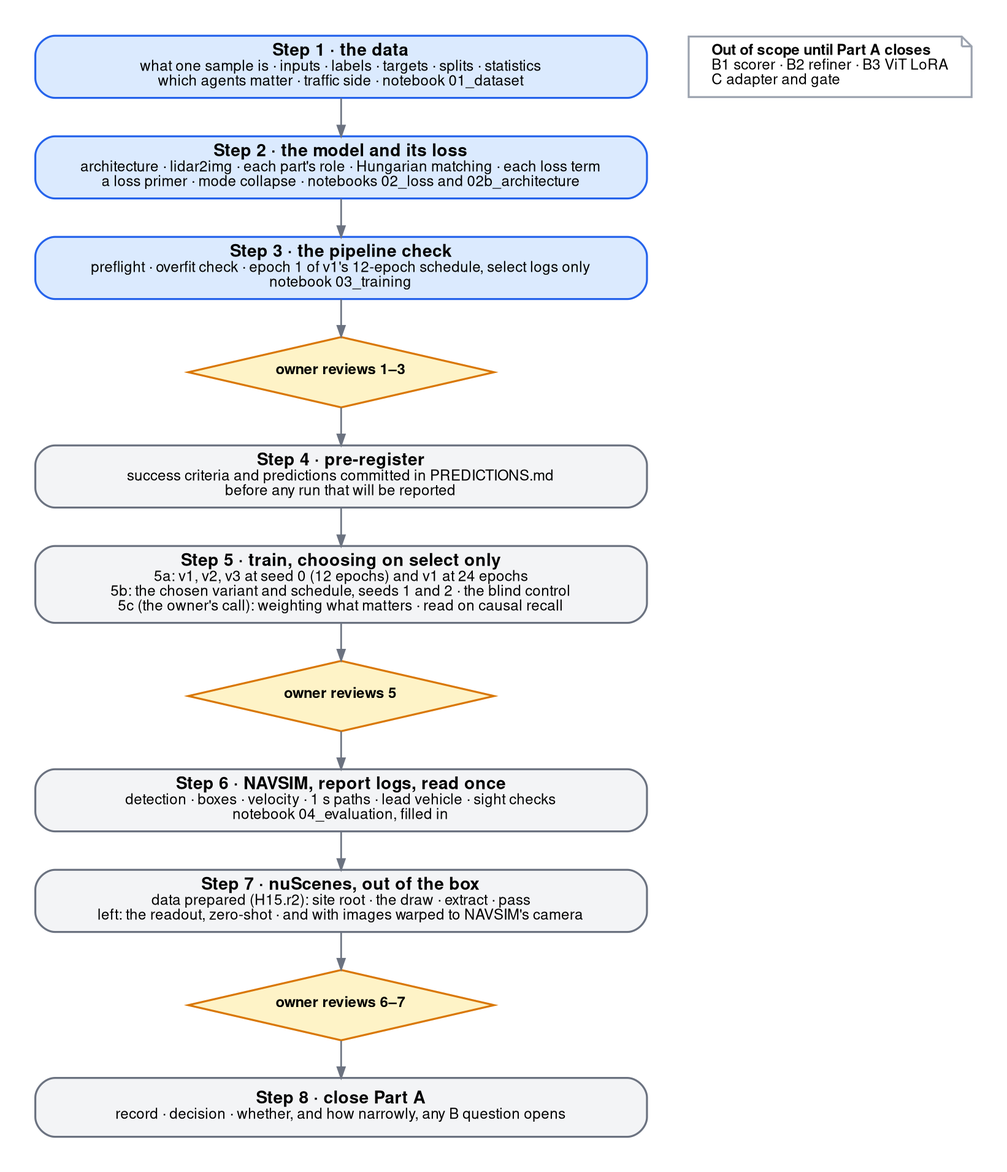
The Graphviz diagram experiments/H15_perception_sidecar/figures/part-a-steps.png in FastCodeAI/Gallops, before a commit. Its source is kept beside it as experiments/H15_perception_sidecar/figures/part-a-steps.dot.
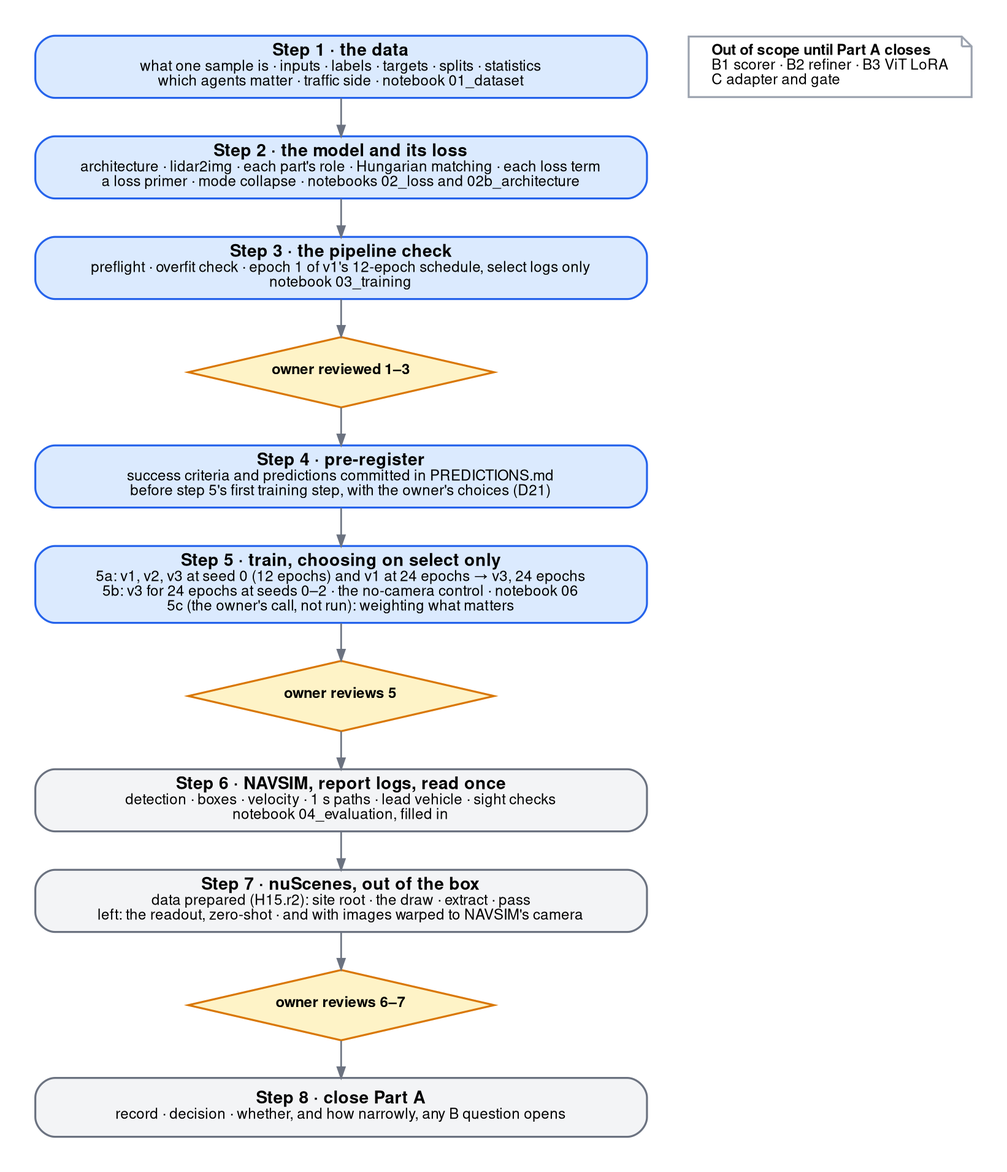
Above is the later version.

Commit message:
H15 step 5 done (H15.r4) and notebook 06: what the side-car predicts, on the select logs

Diff of the diagram source:
```diff
@@ -11,9 +11,11 @@
   S3 [label=<<B>Step 3 · the pipeline check</B><BR/><FONT POINT-SIZE="9">preflight · overfit check · epoch 1 of v1's 12-epoch schedule, select logs only<BR/>notebook 03_training</FONT>>,
       color="#2563eb", fillcolor="#dbeafe"];
   R1 [shape=diamond, style="filled", width=2.6, height=0.6, fixedsize=true, color="#d97706", fillcolor="#fef3c7",
-      label=<<FONT POINT-SIZE="9.5"><B>owner reviews 1–3</B></FONT>>];
-  S4 [label=<<B>Step 4 · pre-register</B><BR/><FONT POINT-SIZE="9">success criteria and predictions committed in PREDICTIONS.md<BR/>before any run that will be reported</FONT>>];
-  S5 [label=<<B>Step 5 · train, choosing on select only</B><BR/><FONT POINT-SIZE="9">5a: v1, v2, v3 at seed 0 (12 epochs) and v1 at 24 epochs<BR/>5b: the chosen variant and schedule, seeds 1 and 2 · the blind control<BR/>5c (the owner's call): weighting what matters · read on causal recall</FONT>>];
+      label=<<FONT POINT-SIZE="9.5"><B>owner reviewed 1–3</B></FONT>>];
+  S4 [label=<<B>Step 4 · pre-register</B><BR/><FONT POINT-SIZE="9">success criteria and predictions committed in PREDICTIONS.md<BR/>before step 5's first training step, with the owner's choices (D21)</FONT>>,
+      color="#2563eb", fillcolor="#dbeafe"];
+  S5 [label=<<B>Step 5 · train, choosing on select only</B><BR/><FONT POINT-SIZE="9">5a: v1, v2, v3 at seed 0 (12 epochs) and v1 at 24 epochs → v3, 24 epochs<BR/>5b: v3 for 24 epochs at seeds 0–2 · the no-camera control · notebook 06<BR/>5c (the owner's call, not run): weighting what matters</FONT>>,
+      color="#2563eb", fillcolor="#dbeafe"];
   R2 [shape=diamond, style="filled", width=2.6, height=0.6, fixedsize=true, color="#d97706", fillcolor="#fef3c7",
       label=<<FONT POINT-SIZE="9.5"><B>owner reviews 5</B></FONT>>];
   S6 [label=<<B>Step 6 · NAVSIM, report logs, read once</B><BR/><FONT POINT-SIZE="9">detection · boxes · velocity · 1 s paths · lead vehicle · sight checks<BR/>notebook 04_evaluation, filled in</FONT>>];
```
